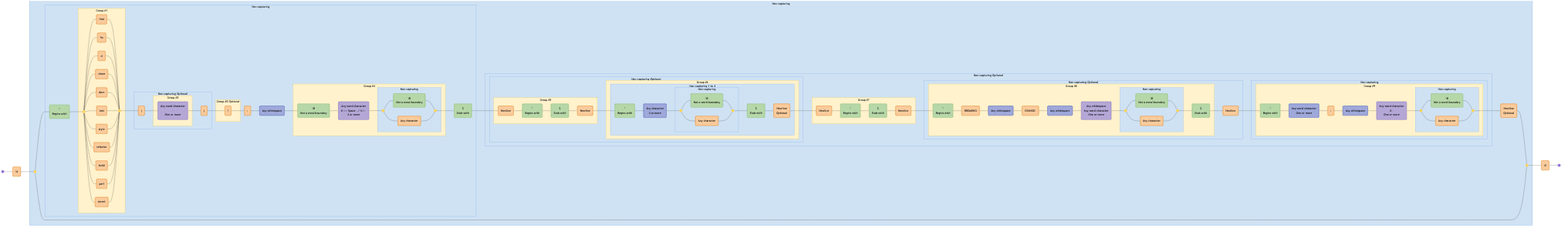
The Mermaid diagram diagrams/conventional-commits.mermaid-diagram.png in tayles/regex-to-mermaid, before a commit. Its source is kept beside it as diagrams/conventional-commits.mermaid.
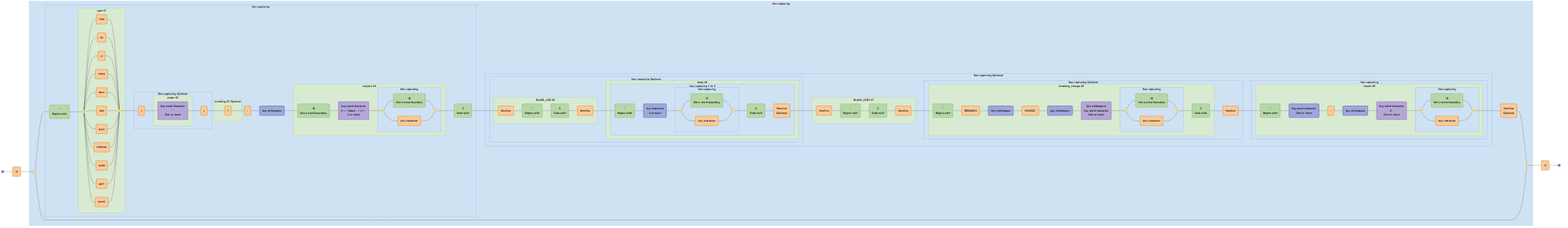
The same diagram one commit later.

What changed in the source:
```diff
@@ -1,5 +1,5 @@
 graph LR
-  accTitle: "Regex: \\A(?:(?:^(?P<type>feat|fix|ci|chore|docs|test|style|refactor|build|perf|revert)(?:\\((?P<scope>[\\w-]+)\\))?(?P<breaking>!)?:\\s(?P<subject>\\b[\\w#<> ./\\t\\\\-]{3,}(?:\\b|\\.))$)(?:(?:(?P<BLANK_LINE>\\n^$\\n)(?P<body>(?:^.{3,}(?:\\b|\\.)$\\n?){1,3}))?(?P<BLANK_LINE2>\\n^$\\n)(?:(?P<breaking_change>^BREAKING\\sCHANGE:\\s[\\s\\w]+(?:\\b|\\.)$)\\n)?(?:(?P<footer>^\\w+:\\s[\\w#-]+(?:\\b|\\.))))?\\n?|)\\Z"
+  accTitle: "Regex: \\A(?:(?:^(?<type>feat|fix|ci|chore|docs|test|style|refactor|build|perf|revert)(?:\\((?<scope>[\\w-]+)\\))?(?<breaking>!)?:\\s(?<subject>\\b[\\w#<> ./\\t\\\\-]{3,}(?:\\b|\\.))$)(?:(?:(?<BLANK_LINE>\\n^$\\n)(?<body>(?:^.{3,}(?:\\b|\\.)$\\n?){1,3}))?(?<BLANK_LINE2>\\n^$\\n)(?:(?<breaking_change>^BREAKING\\sCHANGE:\\s[\\s\\w]+(?:\\b|\\.)$)\\n)?(?:(?<footer>^\\w+:\\s[\\w#-]+(?:\\b|\\.))))?\\n?|)\\Z"
   accDescr: "Generated with regex-to-mermaid@2.0.0"
 
   start@{ shape: f-circ };
@@ -74,7 +74,7 @@
   literal_30("Newline<br><i>Optional</i>"):::literal;
   literal_31("\Z"):::literal;
 
-  subgraph standard_1 ["Group #1"]
+  subgraph named_capture_1 ["type #1"]
     disjunction_begin_2
     disjunction_end_2
     literal_2
@@ -90,17 +90,17 @@
     literal_12
   end
 
-  subgraph standard_2 ["Group #2"]
+  subgraph named_capture_2 ["scope #2"]
     char_class_1
   end
 
   subgraph non_capturing_3 ["Non-capturing <i>Optional</i>"]
-    standard_2
+    named_capture_2
     literal_13
     literal_14
   end
 
-  subgraph standard_3 ["Group #3 <i>Optional</i>"]
+  subgraph named_capture_3 ["breaking #3 <i>Optional</i>"]
     literal_15
   end
 
@@ -111,26 +111,26 @@
     literal_17
   end
 
-  subgraph standard_4 ["Group #4"]
+  subgraph named_capture_4 ["subject #4"]
     non_capturing_4
     assertion_2
     char_class_2
   end
 
   subgraph non_capturing_2 ["Non-capturing"]
-    standard_1
-    standard_2
+    named_capture_1
+    named_capture_2
     non_capturing_3
-    standard_3
+    named_capture_3
     non_capturing_4
-    standard_4
+    named_capture_4
     assertion_1
     literal_16
     char_set_1
     assertion_4
   end
 
-  subgraph standard_5 ["Group #5"]
+  subgraph named_capture_5 ["BLANK_LINE #5"]
     literal_18
     assertion_5
     assertion_6
@@ -152,19 +152,19 @@
     literal_21
   end
 
-  subgraph standard_6 ["Group #6"]
+  subgraph named_capture_6 ["body #6"]
     non_capturing_8
     non_capturing_7
   end
 
   subgraph non_capturing_6 ["Non-capturing <i>Optional</i>"]
-    standard_5
+    named_capture_5
     non_capturing_8
     non_capturing_7
-    standard_6
+    named_capture_6
   end
 
-  subgraph standard_7 ["Group #7"]
+  subgraph named_capture_7 ["BLANK_LINE2 #7"]
     literal_22
     assertion_10
     assertion_11
@@ -178,7 +178,7 @@
     literal_26
   end
 
-  subgraph standard_8 ["Group #8"]
+  subgraph named_capture_8 ["breaking_change #8"]
     non_capturing_10
     assertion_12
     literal_24
@@ -191,7 +191,7 @@
 
   subgraph non_capturing_9 ["Non-capturing <i>Optional</i>"]
     non_capturing_10
-    standard_8
+    named_capture_8
     literal_27
   end
 
@@ -202,7 +202,7 @@
     literal_29
   end
 
-  subgraph standard_9 ["Group #9"]
+  subgraph named_capture_9 ["footer #9"]
     non_capturing_12
     assertion_15
     char_set_5
@@ -213,43 +213,43 @@
 
   subgraph non_capturing_11 ["Non-capturing"]
     non_capturing_12
-    standard_9
+    named_capture_9
   end
 
   subgraph non_capturing_5 ["Non-capturing <i>Optional</i>"]
-    standard_5
+    named_capture_5
     non_capturing_8
     non_capturing_7
-    standard_6
+    named_capture_6
     non_capturing_6
-    standard_7
+    named_capture_7
     non_capturing_10
-    standard_8
+    named_capture_8
     non_capturing_9
     non_capturing_12
-    standard_9
+    named_capture_9
     non_capturing_11
   end
 
   subgraph non_capturing_1 ["Non-capturing"]
-    standard_1
-    standard_2
+    named_capture_1
+    named_capture_2
     non_capturing_3
-    standard_3
+    named_capture_3
     non_capturing_4
-    standard_4
+    named_capture_4
     non_capturing_2
-    standard_5
+    named_capture_5
     non_capturing_8
     non_capturing_7
-    standard_6
+    named_capture_6
     non_capturing_6
-    standard_7
+    named_capture_7
     non_capturing_10
-    standard_8
+    named_capture_8
     non_capturing_9
     non_capturing_12
-    standard_9
+    named_capture_9
     non_capturing_11
     non_capturing_5
     disjunction_begin_1
@@ -349,8 +349,8 @@
   classDef char-class fill:#B4A7D6,stroke:#8E7CC3,color:#000000;
   classDef char-set fill:#9FA8DA,stroke:#5C6BC0,color:#000000;
 
-  classDef standard fill:#FFF2CC,stroke:#F1C232,color:#000000;
+  classDef named-capture fill:#D9EAD3,stroke:#93C47D,color:#000000;
   classDef non-capturing fill:#CFE2F3,stroke:#6D9EEB,color:#000000;
 
-  class standard_1,standard_2,standard_3,standard_4,standard_5,standard_6,standard_7,standard_8,standard_9 standard;
+  class named_capture_1,named_capture_2,named_capture_3,named_capture_4,named_capture_5,named_capture_6,named_capture_7,named_capture_8,named_capture_9 named-capture;
   class non_capturing_3,non_capturing_4,non_capturing_2,non_capturing_8,non_capturing_7,non_capturing_6,non_capturing_10,non_capturing_9,non_capturing_12,non_capturing_11,non_capturing_5,non_capturing_1 non-capturing;
```
